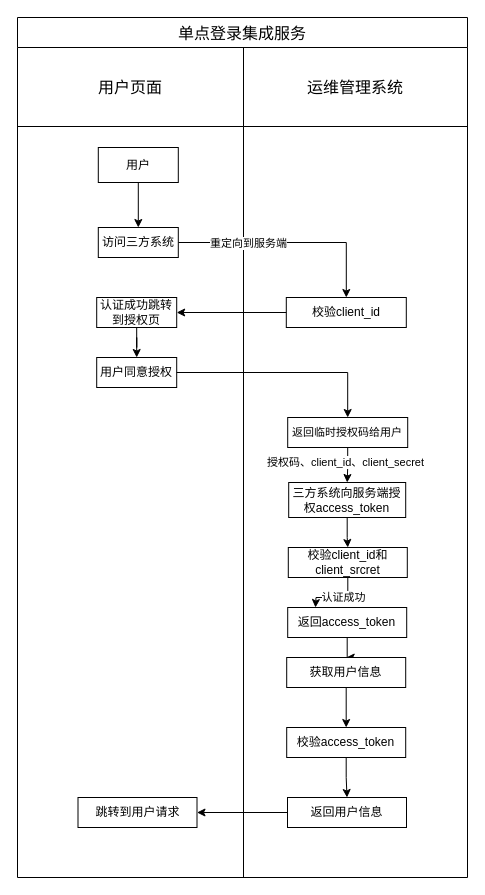
Liang-yonghui/draw keeps this draw.io diagram as draw.io/uyun_syzssfym.drawio. Above is the earlier version. Source tidied: cells renumbered, new cells numbered last; positions are measured from the earlier drawing's top-left corner, leaving out a move shared by most shapes. Both pictures are drawn from the tidied source at 100%, with x=0, y=0 at pixel (17, 17).
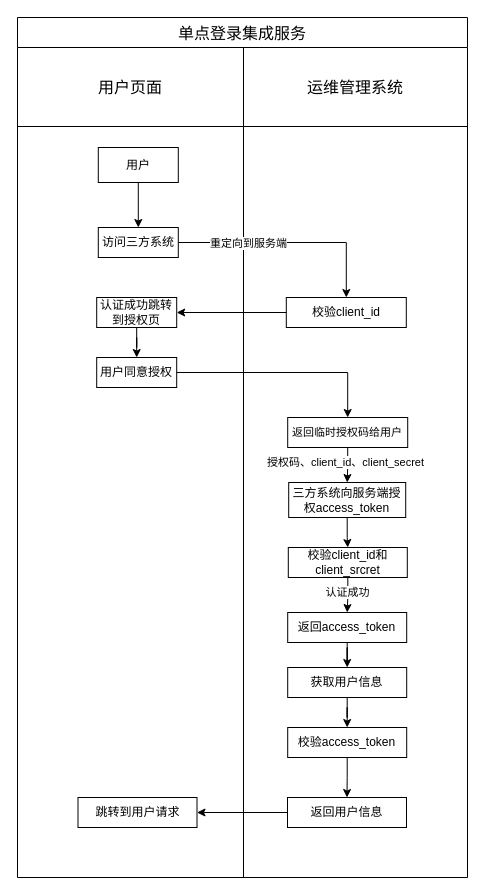
Above is the later version.

Unchanged cells that the change refers to:
```xml
<mxCell id="26" value="校验client_id和client_srcret" style="rounded=0;whiteSpace=wrap;html=1;" parent="1" vertex="1">
  <mxGeometry x="270.8" y="530" width="119" height="30" as="geometry" />
</mxCell>
```

The edit, as a diff of the source:
```diff
@@
-    <mxCell id="24" style="edgeStyle=orthogonalEdgeStyle;rounded=0;jettySize=auto;html=1;" parent="1" edge="1" source="26">
-      <mxGeometry relative="1" as="geometry">
-        <mxPoint x="298" y="590" as="targetPoint" />
-      </mxGeometry>
+    <mxCell id="24" style="edgeStyle=orthogonalEdgeStyle;rounded=0;jettySize=auto;html=1;entryX=0.5;entryY=0;entryDx=0;entryDy=0;" parent="1" edge="1" source="26" target="28">
+      <mxGeometry relative="1" as="geometry" />
     </mxCell>
@@
     <mxCell id="28" value="返回access_token" style="rounded=0;whiteSpace=wrap;html=1;" parent="1" vertex="1">
-      <mxGeometry x="270.2" y="590" width="119" height="30" as="geometry" />
+      <mxGeometry x="270.2" y="595" width="119" height="30" as="geometry" />
     </mxCell>
@@
     <mxCell id="30" value="获取用户信息" style="rounded=0;whiteSpace=wrap;html=1;" parent="1" vertex="1">
-      <mxGeometry x="269.2" y="640" width="119" height="30" as="geometry" />
+      <mxGeometry x="270.2" y="650" width="119" height="30" as="geometry" />
     </mxCell>
@@
     <mxCell id="32" value="校验access_token" style="rounded=0;whiteSpace=wrap;html=1;" parent="1" vertex="1">
-      <mxGeometry x="269.2" y="710" width="119" height="30" as="geometry" />
+      <mxGeometry x="270.2" y="710" width="119" height="30" as="geometry" />
     </mxCell>
```
